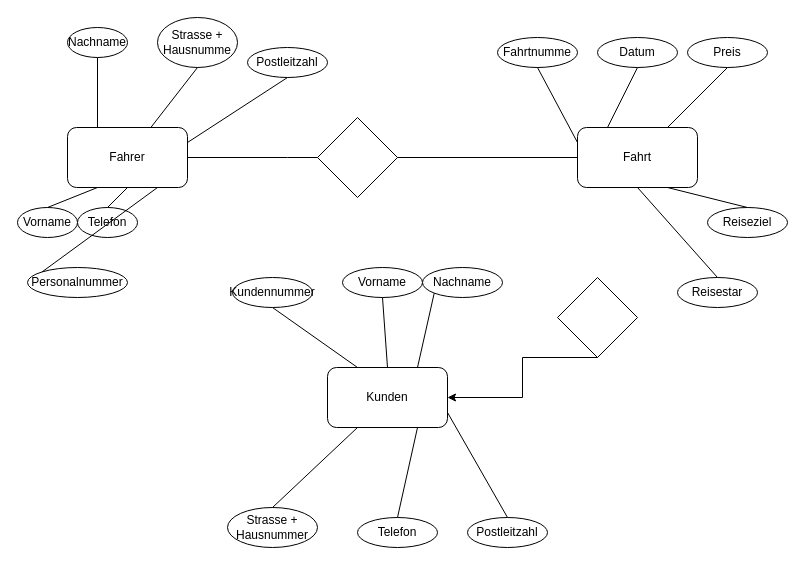
Above: Untitled Diagram.drawio in Fabrice-G/test_education (draw.io), before the change. Source tidied: cells renumbered, new cells numbered last; positions are measured from the earlier drawing's top-left corner, leaving out a move shared by most shapes. Both pictures are drawn from the tidied source at 100%, with x=0, y=0 at pixel (17, 17).
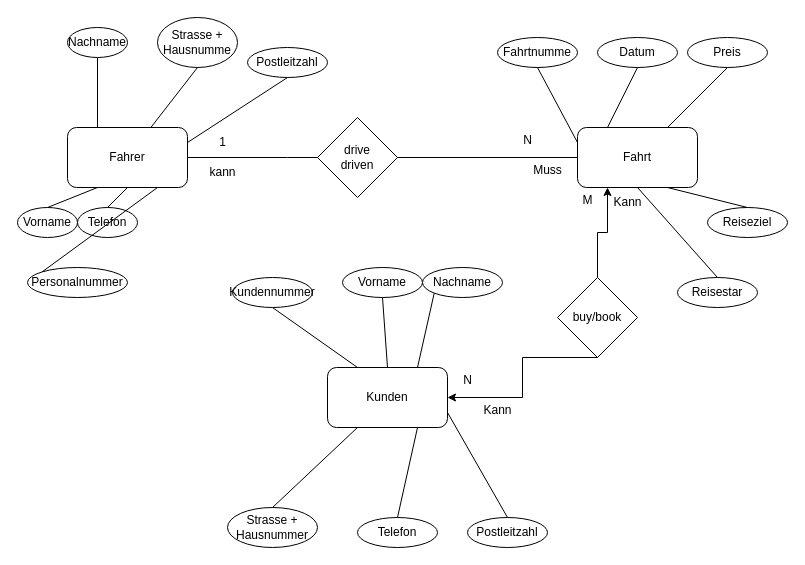
The same page after the edit.

The change refers to these unchanged cells:
```xml
<mxCell id="3" value="Fahrt" style="rounded=1;whiteSpace=wrap;html=1;" parent="1" vertex="1">
  <mxGeometry x="560" y="110" width="120" height="60" as="geometry" />
</mxCell>
```

The edit, as a diff of the source:
```diff
@@
-    <mxCell id="39" style="rhombus;whiteSpace=wrap;html=1;" parent="1" vertex="1">
+    <mxCell id="39" value="drive&lt;br&gt;driven" style="rhombus;whiteSpace=wrap;html=1;" parent="1" vertex="1">
       <mxGeometry x="300" y="100" width="80" height="80" as="geometry" />
     </mxCell>
@@
+    <mxCell id="44" style="edgeStyle=orthogonalEdgeStyle;rounded=0;jettySize=auto;html=1;exitX=0.5;exitY=0;exitDx=0;exitDy=0;entryX=0.25;entryY=1;entryDx=0;entryDy=0;" parent="1" edge="1" source="43" target="3">
+      <mxGeometry relative="1" as="geometry" />
+    </mxCell>
-    <mxCell id="43" style="rhombus;whiteSpace=wrap;html=1;" parent="1" vertex="1">
+    <mxCell id="43" value="buy/book" style="rhombus;whiteSpace=wrap;html=1;" parent="1" vertex="1">
       <mxGeometry x="540" y="260" width="80" height="80" as="geometry" />
     </mxCell>
+    <mxCell id="45" value="kann" style="text;html=1;align=center;verticalAlign=middle;strokeColor=none;fillColor=none;" parent="1" vertex="1">
+      <mxGeometry x="180" y="140" width="50" height="30" as="geometry" />
+    </mxCell>
+    <mxCell id="46" value="1" style="text;html=1;align=center;verticalAlign=middle;strokeColor=none;fillColor=none;" parent="1" vertex="1">
+      <mxGeometry x="190" y="110" width="30" height="30" as="geometry" />
+    </mxCell>
+    <mxCell id="47" value="Muss" style="text;html=1;align=center;verticalAlign=middle;strokeColor=none;fillColor=none;" parent="1" vertex="1">
+      <mxGeometry x="505" y="138" width="50" height="30" as="geometry" />
+    </mxCell>
+    <mxCell id="48" value="N" style="text;html=1;align=center;verticalAlign=middle;strokeColor=none;fillColor=none;" parent="1" vertex="1">
+      <mxGeometry x="495" y="108" width="30" height="30" as="geometry" />
+    </mxCell>
+    <mxCell id="49" value="M" style="text;html=1;align=center;verticalAlign=middle;strokeColor=none;fillColor=none;" parent="1" vertex="1">
+      <mxGeometry x="555" y="168" width="30" height="30" as="geometry" />
+    </mxCell>
+    <mxCell id="50" value="Kann" style="text;html=1;align=center;verticalAlign=middle;strokeColor=none;fillColor=none;" parent="1" vertex="1">
+      <mxGeometry x="585" y="170" width="50" height="30" as="geometry" />
+    </mxCell>
+    <mxCell id="51" value="N" style="text;html=1;align=center;verticalAlign=middle;strokeColor=none;fillColor=none;" parent="1" vertex="1">
+      <mxGeometry x="435" y="348" width="30" height="30" as="geometry" />
+    </mxCell>
+    <mxCell id="52" value="Kann" style="text;html=1;align=center;verticalAlign=middle;strokeColor=none;fillColor=none;" parent="1" vertex="1">
+      <mxGeometry x="455" y="378" width="50" height="30" as="geometry" />
+    </mxCell>
```
